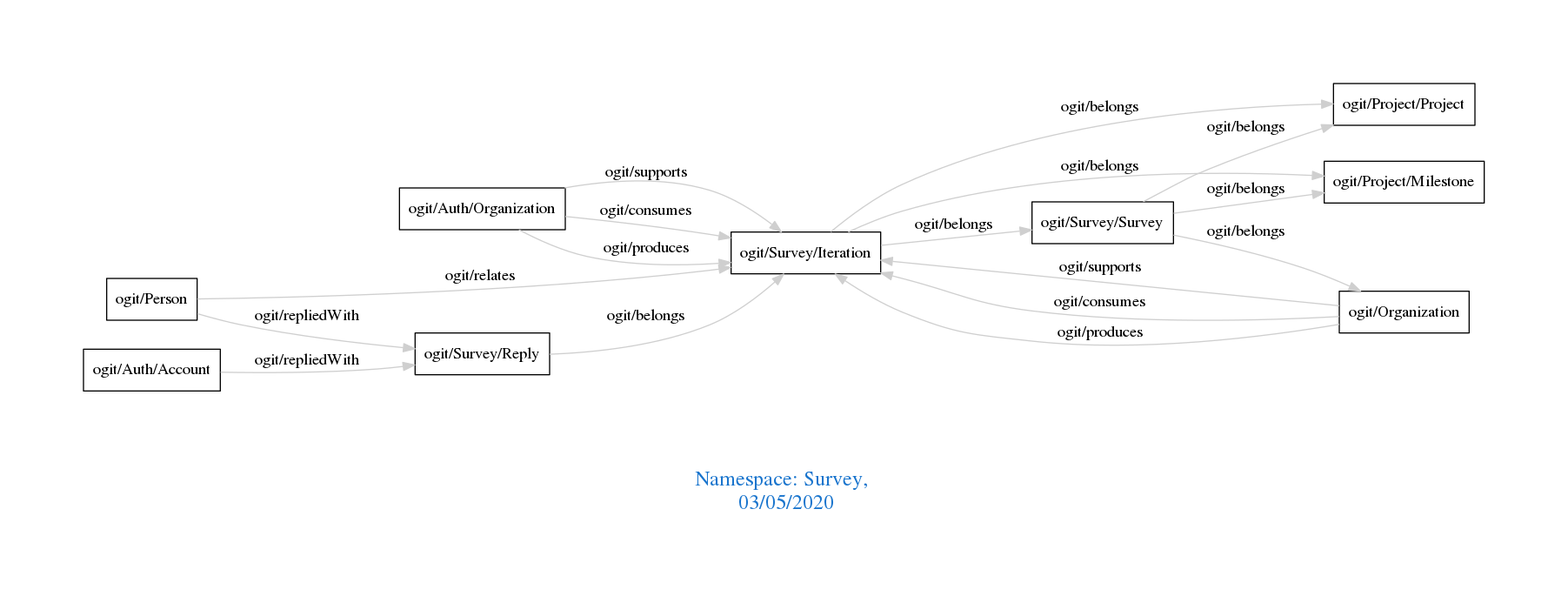
The Graphviz diagram downloads/Survey.png in arago/OGIT, before a commit. Its source is kept beside it as downloads/Survey.dot.
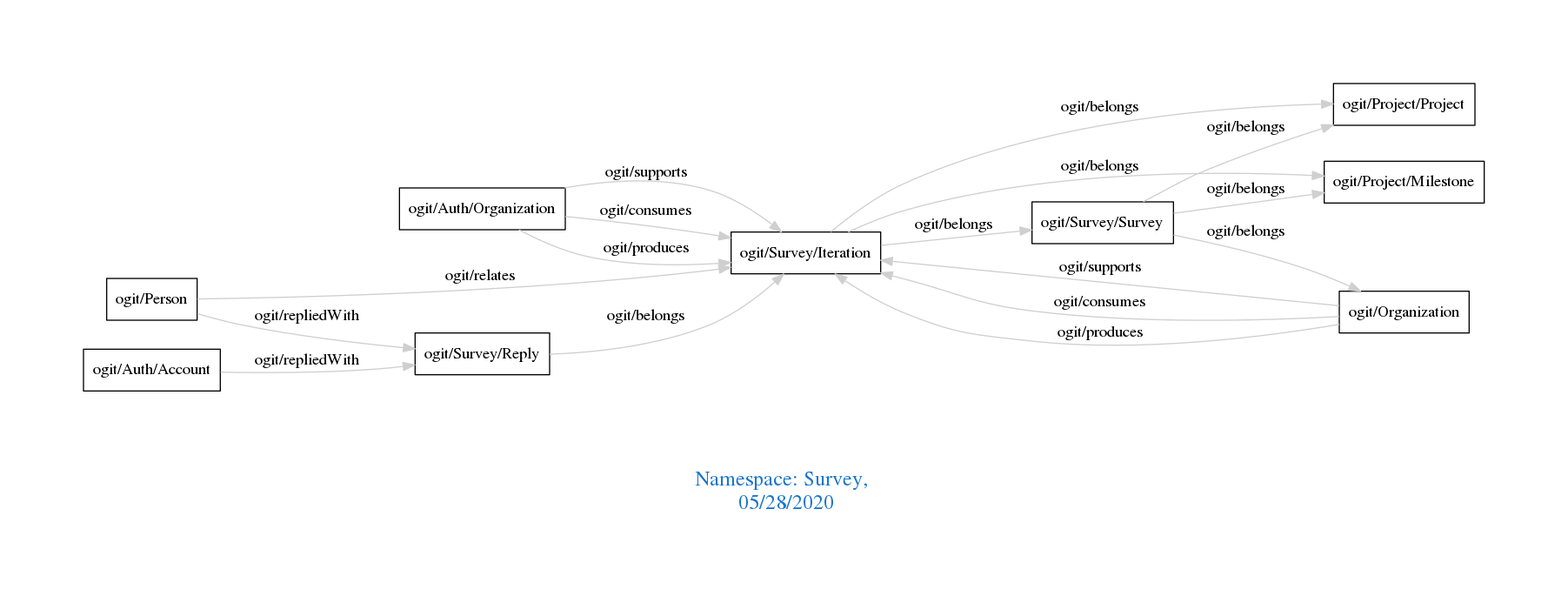
After the commit.

What changed in the source:
```diff
@@ -1,7 +1,7 @@
 digraph OGIT_ontology {
  graph [ rankdir= LR,pad=1
 fontsize = 18,
-fontcolor= dodgerblue3,label = "\n\n\nNamespace: Survey, \n 03/05/2020"];
+fontcolor= dodgerblue3,label = "\n\n\nNamespace: Survey, \n 05/28/2020"];
 node[shape=polygon];
 edge [  color="gray81"];
 
```
